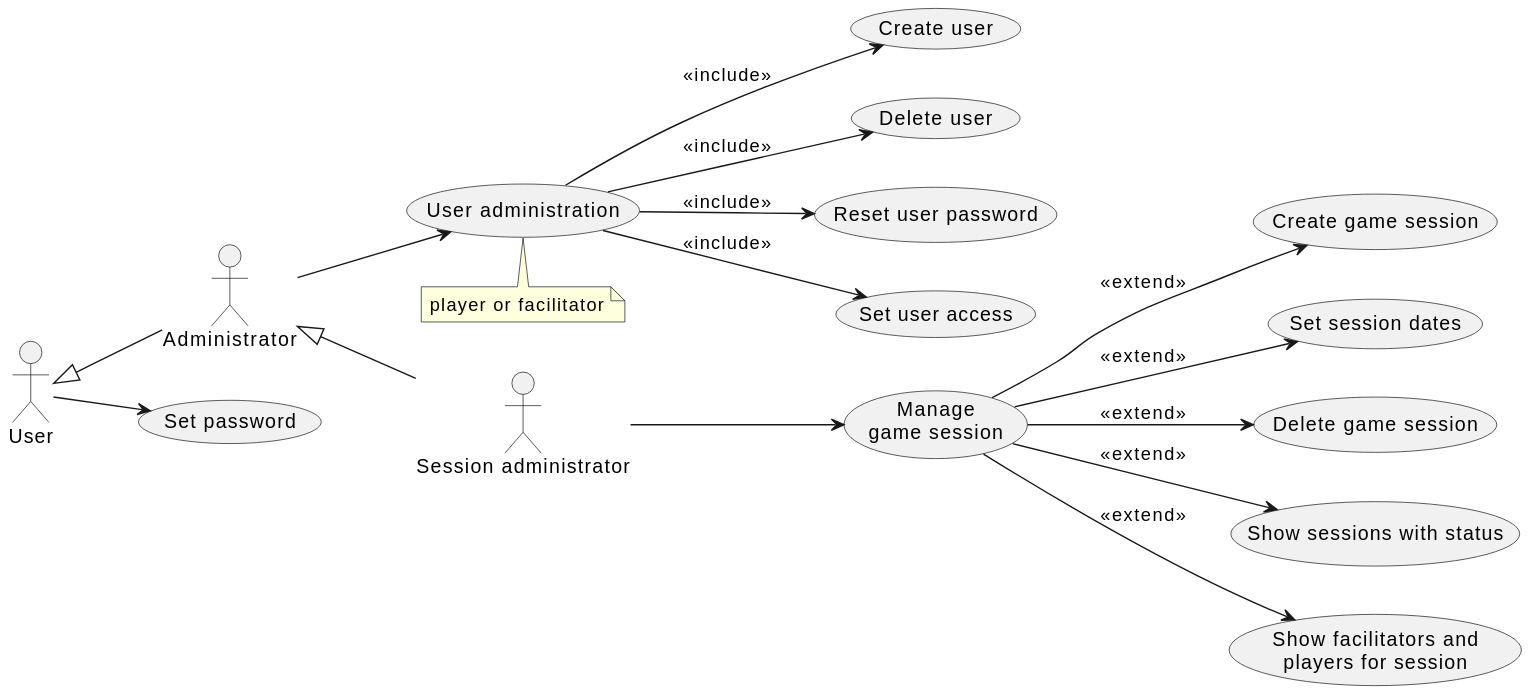
This is doc/1-use-cases/diagrams/session-administration.svg from averbraeck/gscg-design, a PlantUML export, as it was before one commit. The source it was exported from:
```plantuml
@startuml
left to right direction

"Session administrator" as SA
User <|-- Administrator
Administrator <|-- SA

User --> (Set password)

Administrator --> (User administration)
note bottom
  player or facilitator
end note

(User administration) --> (Create user) : << include >>
(User administration) --> (Delete user) : << include >>
(User administration) --> (Reset user password) : << include >>
(User administration) --> (Set user access) : << include >>

"Manage\ngame session" as (Manage)
SA --> Manage
Manage --> (Create game session) : << extend >>
Manage --> (Set session dates) : << extend >>
Manage --> (Delete game session) : << extend >>
Manage --> (Show sessions with status) : << extend >>
Manage --> (Show facilitators and\nplayers for session) : << extend >>
@enduml
```
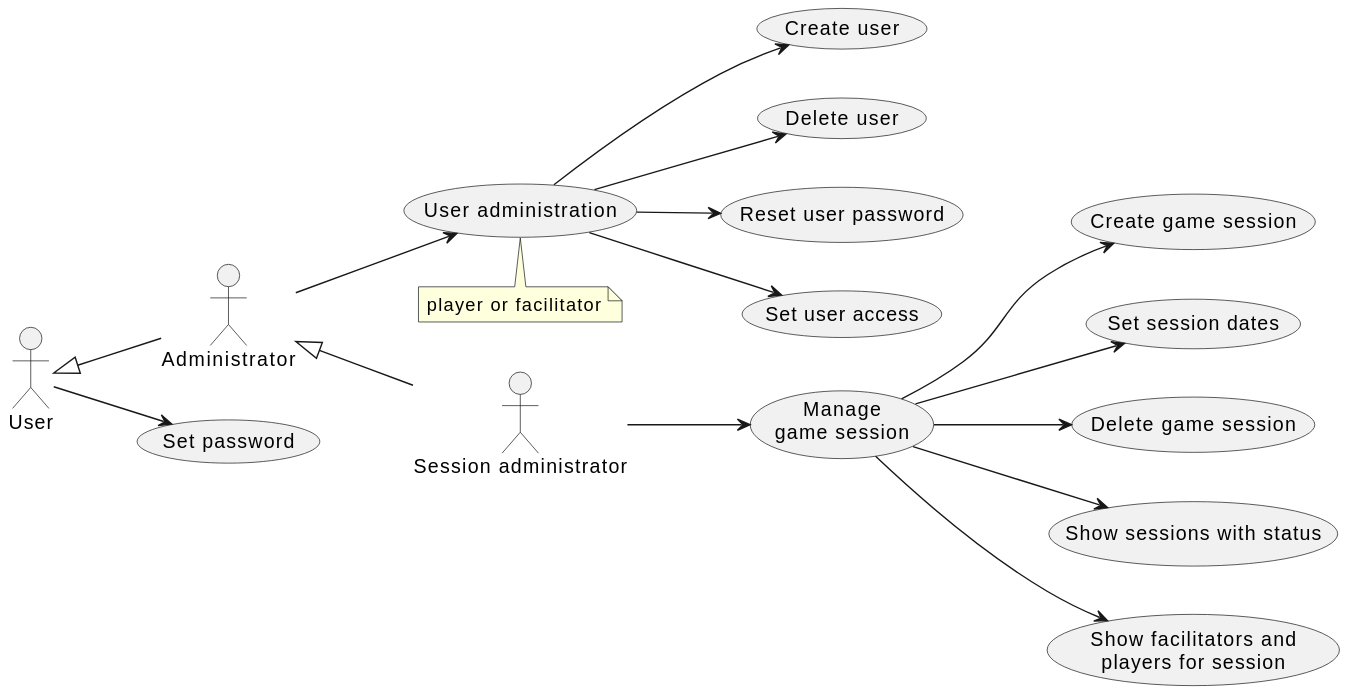
Above is the later version.

The edit, as a diff of the source:
```diff
@@ -12,16 +12,16 @@
   player or facilitator
 end note
 
-(User administration) --> (Create user) : << include >>
-(User administration) --> (Delete user) : << include >>
-(User administration) --> (Reset user password) : << include >>
-(User administration) --> (Set user access) : << include >>
+(User administration) --> (Create user)
+(User administration) --> (Delete user)
+(User administration) --> (Reset user password)
+(User administration) --> (Set user access)
 
 "Manage\ngame session" as (Manage)
 SA --> Manage
-Manage --> (Create game session) : << extend >>
-Manage --> (Set session dates) : << extend >>
-Manage --> (Delete game session) : << extend >>
-Manage --> (Show sessions with status) : << extend >>
-Manage --> (Show facilitators and\nplayers for session) : << extend >>
+Manage --> (Create game session)
+Manage --> (Set session dates)
+Manage --> (Delete game session)
+Manage --> (Show sessions with status)
+Manage --> (Show facilitators and\nplayers for session)
 @enduml
```
